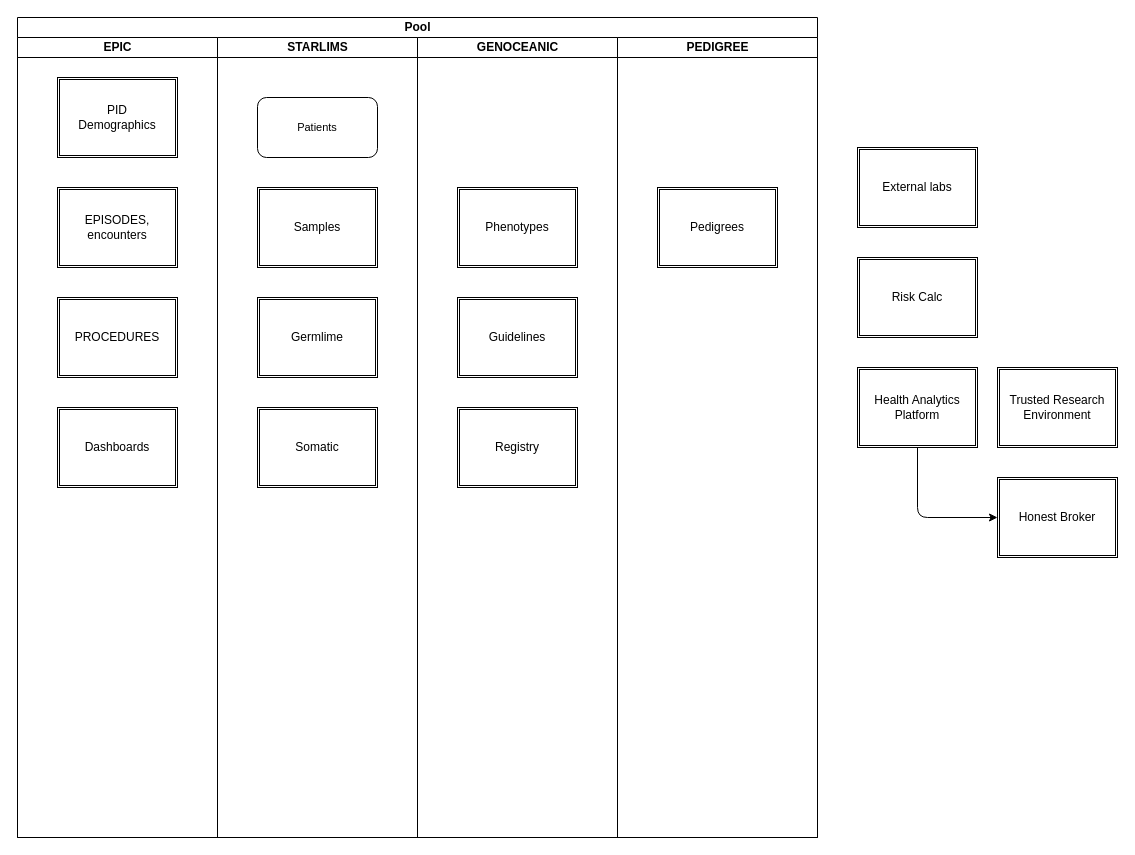
Before: Untitled Diagram.drawio in shanemuk/pedigreemd, a draw.io diagram. Source tidied: cells renumbered, new cells numbered last; positions are measured from the earlier drawing's top-left corner, leaving out a move shared by most shapes. Both pictures are drawn from the tidied source at 100%, with x=0, y=0 at pixel (17, 17).
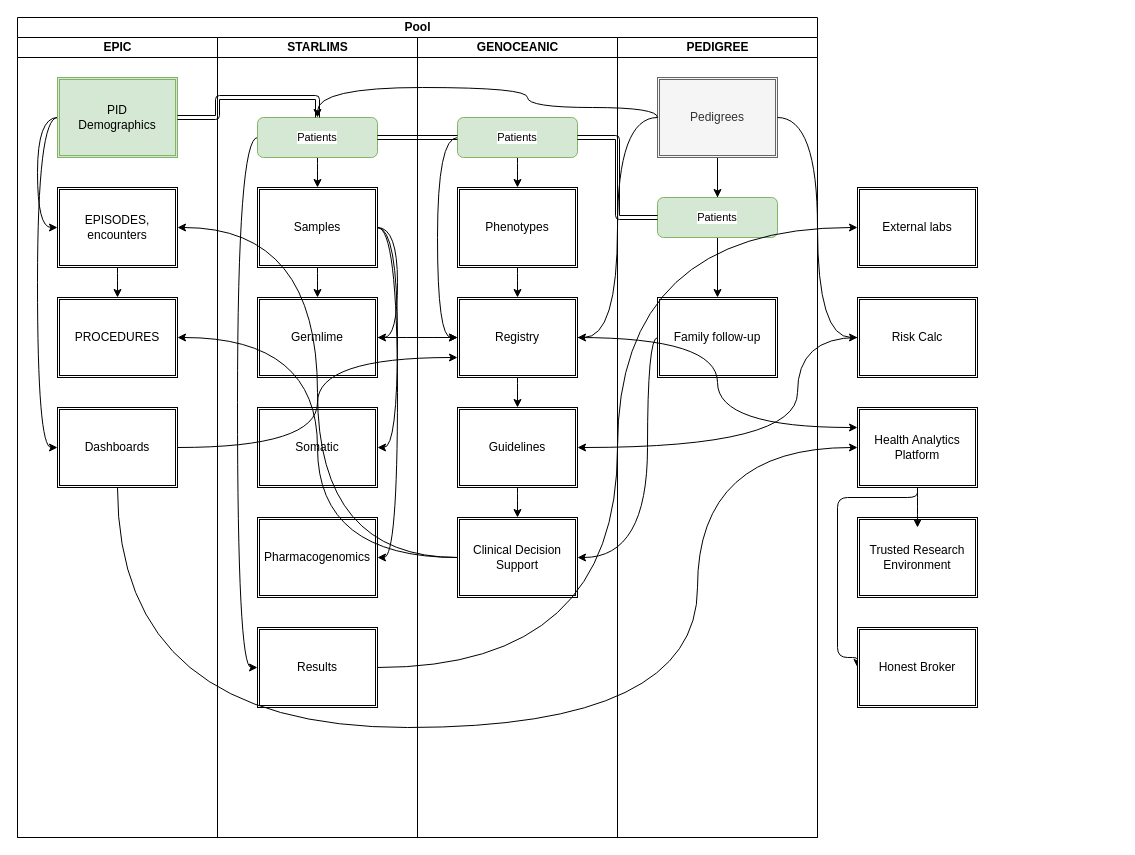
The same diagram, later.

The change refers to these unchanged cells:
```xml
<mxCell id="2" value="Pool" style="swimlane;startSize=20;html=1;" parent="1" vertex="1">
  <mxGeometry width="800" height="820" as="geometry" />
</mxCell>
<mxCell id="3" value="EPIC" style="swimlane;startSize=20;html=1;" parent="2" vertex="1">
  <mxGeometry y="20" width="200" height="800" as="geometry" />
</mxCell>
<mxCell id="5" value="EPISODES, encounters" style="shape=ext;double=1;rounded=0;whiteSpace=wrap;html=1;" parent="3" vertex="1">
  <mxGeometry x="40" y="150" width="120" height="80" as="geometry" />
</mxCell>
<mxCell id="6" value="PROCEDURES" style="shape=ext;double=1;rounded=0;whiteSpace=wrap;html=1;" parent="3" vertex="1">
  <mxGeometry x="40" y="260" width="120" height="80" as="geometry" />
</mxCell>
<mxCell id="7" value="Dashboards" style="shape=ext;double=1;rounded=0;whiteSpace=wrap;html=1;" parent="3" vertex="1">
  <mxGeometry x="40" y="370" width="120" height="80" as="geometry" />
</mxCell>
<mxCell id="8" value="STARLIMS" style="swimlane;startSize=20;html=1;" parent="2" vertex="1">
  <mxGeometry x="200" y="20" width="200" height="800" as="geometry" />
</mxCell>
<mxCell id="9" value="Samples" style="shape=ext;double=1;rounded=0;whiteSpace=wrap;html=1;" parent="8" vertex="1">
  <mxGeometry x="40" y="150" width="120" height="80" as="geometry" />
</mxCell>
<mxCell id="10" value="Germlime" style="shape=ext;double=1;rounded=0;whiteSpace=wrap;html=1;" parent="8" vertex="1">
  <mxGeometry x="40" y="260" width="120" height="80" as="geometry" />
</mxCell>
<mxCell id="11" value="Somatic" style="shape=ext;double=1;rounded=0;whiteSpace=wrap;html=1;" parent="8" vertex="1">
  <mxGeometry x="40" y="370" width="120" height="80" as="geometry" />
</mxCell>
<mxCell id="13" value="GENOCEANIC" style="swimlane;startSize=20;html=1;" parent="2" vertex="1">
  <mxGeometry x="400" y="20" width="200" height="800" as="geometry" />
</mxCell>
<mxCell id="14" value="Phenotypes" style="shape=ext;double=1;rounded=0;whiteSpace=wrap;html=1;" parent="13" vertex="1">
  <mxGeometry x="40" y="150" width="120" height="80" as="geometry" />
</mxCell>
<mxCell id="17" value="PEDIGREE" style="swimlane;startSize=20;html=1;" parent="2" vertex="1">
  <mxGeometry x="600" y="20" width="200" height="800" as="geometry" />
</mxCell>
```

Change to the diagram source:
```diff
@@
+    <mxCell id="25" style="edgeStyle=orthogonalEdgeStyle;shape=connector;curved=1;rounded=1;jettySize=auto;html=1;exitX=0;exitY=0.5;exitDx=0;exitDy=0;entryX=0;entryY=0.5;entryDx=0;entryDy=0;strokeColor=default;align=center;verticalAlign=middle;fontFamily=Helvetica;fontSize=11;fontColor=default;labelBackgroundColor=default;endArrow=classic;" parent="3" edge="1" source="4" target="5">
+      <mxGeometry relative="1" as="geometry" />
+    </mxCell>
+    <mxCell id="26" style="edgeStyle=orthogonalEdgeStyle;shape=connector;curved=1;rounded=1;jettySize=auto;html=1;exitX=0;exitY=0.5;exitDx=0;exitDy=0;entryX=0;entryY=0.5;entryDx=0;entryDy=0;strokeColor=default;align=center;verticalAlign=middle;fontFamily=Helvetica;fontSize=11;fontColor=default;labelBackgroundColor=default;endArrow=classic;" parent="3" edge="1" source="4" target="7">
+      <mxGeometry relative="1" as="geometry" />
+    </mxCell>
-    <mxCell id="4" value="PID&lt;div&gt;Demographics&lt;/div&gt;" style="shape=ext;double=1;rounded=0;whiteSpace=wrap;html=1;" parent="3" vertex="1">
+    <mxCell id="4" value="PID&lt;div&gt;Demographics&lt;/div&gt;" style="shape=ext;double=1;rounded=0;whiteSpace=wrap;html=1;fillColor=#d5e8d4;strokeColor=#82b366;" parent="3" vertex="1">
       <mxGeometry x="40" y="40" width="120" height="80" as="geometry" />
     </mxCell>
+    <mxCell id="27" style="edgeStyle=orthogonalEdgeStyle;shape=connector;curved=1;rounded=1;jettySize=auto;html=1;exitX=0.5;exitY=1;exitDx=0;exitDy=0;entryX=0.5;entryY=0;entryDx=0;entryDy=0;strokeColor=default;align=center;verticalAlign=middle;fontFamily=Helvetica;fontSize=11;fontColor=default;labelBackgroundColor=default;endArrow=classic;" parent="3" edge="1" source="5" target="6">
+      <mxGeometry relative="1" as="geometry" />
+    </mxCell>
@@
+    <mxCell id="28" style="edgeStyle=orthogonalEdgeStyle;shape=connector;curved=1;rounded=1;jettySize=auto;html=1;exitX=0.5;exitY=1;exitDx=0;exitDy=0;entryX=0.5;entryY=0;entryDx=0;entryDy=0;strokeColor=default;align=center;verticalAlign=middle;fontFamily=Helvetica;fontSize=11;fontColor=default;labelBackgroundColor=default;endArrow=classic;" parent="8" edge="1" source="9" target="10">
+      <mxGeometry relative="1" as="geometry" />
+    </mxCell>
+    <mxCell id="29" style="edgeStyle=orthogonalEdgeStyle;shape=connector;curved=1;rounded=1;jettySize=auto;html=1;exitX=1;exitY=0.5;exitDx=0;exitDy=0;entryX=1;entryY=0.5;entryDx=0;entryDy=0;strokeColor=default;align=center;verticalAlign=middle;fontFamily=Helvetica;fontSize=11;fontColor=default;labelBackgroundColor=default;endArrow=classic;" parent="8" edge="1" source="9" target="10">
+      <mxGeometry relative="1" as="geometry" />
+    </mxCell>
+    <mxCell id="30" style="edgeStyle=orthogonalEdgeStyle;shape=connector;curved=1;rounded=1;jettySize=auto;html=1;exitX=1;exitY=0.5;exitDx=0;exitDy=0;entryX=1;entryY=0.5;entryDx=0;entryDy=0;strokeColor=default;align=center;verticalAlign=middle;fontFamily=Helvetica;fontSize=11;fontColor=default;labelBackgroundColor=default;endArrow=classic;" parent="8" edge="1" source="9" target="11">
+      <mxGeometry relative="1" as="geometry" />
+    </mxCell>
+    <mxCell id="31" style="edgeStyle=orthogonalEdgeStyle;shape=connector;curved=1;rounded=1;jettySize=auto;html=1;exitX=1;exitY=0.5;exitDx=0;exitDy=0;entryX=1;entryY=0.5;entryDx=0;entryDy=0;strokeColor=default;align=center;verticalAlign=middle;fontFamily=Helvetica;fontSize=11;fontColor=default;labelBackgroundColor=default;endArrow=classic;" parent="8" edge="1" source="9" target="34">
+      <mxGeometry relative="1" as="geometry" />
+    </mxCell>
@@
+    <mxCell id="32" style="edgeStyle=orthogonalEdgeStyle;shape=connector;curved=1;rounded=1;jettySize=auto;html=1;exitX=0;exitY=0.5;exitDx=0;exitDy=0;entryX=0;entryY=0.5;entryDx=0;entryDy=0;strokeColor=default;align=center;verticalAlign=middle;fontFamily=Helvetica;fontSize=11;fontColor=default;labelBackgroundColor=default;endArrow=classic;" parent="8" edge="1" source="12" target="35">
+      <mxGeometry relative="1" as="geometry" />
+    </mxCell>
+    <mxCell id="33" style="edgeStyle=orthogonalEdgeStyle;shape=connector;curved=1;rounded=1;jettySize=auto;html=1;exitX=0.5;exitY=1;exitDx=0;exitDy=0;entryX=0.5;entryY=0;entryDx=0;entryDy=0;strokeColor=default;align=center;verticalAlign=middle;fontFamily=Helvetica;fontSize=11;fontColor=default;labelBackgroundColor=default;endArrow=classic;" parent="8" edge="1" source="12" target="9">
+      <mxGeometry relative="1" as="geometry" />
+    </mxCell>
-    <mxCell id="12" value="Patients" style="rounded=1;whiteSpace=wrap;html=1;fontFamily=Helvetica;fontSize=11;fontColor=default;labelBackgroundColor=default;" parent="8" vertex="1">
-      <mxGeometry x="40" y="60" width="120" height="60" as="geometry" />
+    <mxCell id="12" value="Patients" style="rounded=1;whiteSpace=wrap;html=1;fontFamily=Helvetica;fontSize=11;labelBackgroundColor=default;fillColor=#d5e8d4;strokeColor=#82b366;" parent="8" vertex="1">
+      <mxGeometry x="40" y="80" width="120" height="40" as="geometry" />
     </mxCell>
+    <mxCell id="34" value="Pharmacogenomics" style="shape=ext;double=1;rounded=0;whiteSpace=wrap;html=1;" parent="8" vertex="1">
+      <mxGeometry x="40" y="480" width="120" height="80" as="geometry" />
+    </mxCell>
+    <mxCell id="35" value="Results" style="shape=ext;double=1;rounded=0;whiteSpace=wrap;html=1;" parent="8" vertex="1">
+      <mxGeometry x="40" y="590" width="120" height="80" as="geometry" />
+    </mxCell>
@@
+    <mxCell id="36" style="edgeStyle=orthogonalEdgeStyle;shape=connector;curved=1;rounded=1;jettySize=auto;html=1;exitX=0.5;exitY=1;exitDx=0;exitDy=0;entryX=0.5;entryY=0;entryDx=0;entryDy=0;strokeColor=default;align=center;verticalAlign=middle;fontFamily=Helvetica;fontSize=11;fontColor=default;labelBackgroundColor=default;endArrow=classic;" parent="13" edge="1" source="14" target="16">
+      <mxGeometry relative="1" as="geometry" />
+    </mxCell>
@@
+    <mxCell id="37" style="edgeStyle=orthogonalEdgeStyle;shape=connector;curved=1;rounded=1;jettySize=auto;html=1;exitX=0.5;exitY=1;exitDx=0;exitDy=0;entryX=0.5;entryY=0;entryDx=0;entryDy=0;strokeColor=default;align=center;verticalAlign=middle;fontFamily=Helvetica;fontSize=11;fontColor=default;labelBackgroundColor=default;endArrow=classic;" parent="13" edge="1" source="15" target="39">
+      <mxGeometry relative="1" as="geometry" />
+    </mxCell>
     <mxCell id="15" value="Guidelines" style="shape=ext;double=1;rounded=0;whiteSpace=wrap;html=1;" parent="13" vertex="1">
-      <mxGeometry x="40" y="260" width="120" height="80" as="geometry" />
+      <mxGeometry x="40" y="370" width="120" height="80" as="geometry" />
     </mxCell>
+    <mxCell id="38" style="edgeStyle=orthogonalEdgeStyle;shape=connector;curved=1;rounded=1;jettySize=auto;html=1;exitX=0.5;exitY=1;exitDx=0;exitDy=0;entryX=0.5;entryY=0;entryDx=0;entryDy=0;strokeColor=default;align=center;verticalAlign=middle;fontFamily=Helvetica;fontSize=11;fontColor=default;labelBackgroundColor=default;endArrow=classic;" parent="13" edge="1" source="16" target="15">
+      <mxGeometry relative="1" as="geometry" />
+    </mxCell>
     <mxCell id="16" value="Registry" style="shape=ext;double=1;rounded=0;whiteSpace=wrap;html=1;" parent="13" vertex="1">
-      <mxGeometry x="40" y="370" width="120" height="80" as="geometry" />
+      <mxGeometry x="40" y="260" width="120" height="80" as="geometry" />
     </mxCell>
+    <mxCell id="39" value="Clinical Decision Support" style="shape=ext;double=1;rounded=0;whiteSpace=wrap;html=1;" parent="13" vertex="1">
+      <mxGeometry x="40" y="480" width="120" height="80" as="geometry" />
+    </mxCell>
+    <mxCell id="40" style="edgeStyle=orthogonalEdgeStyle;shape=connector;curved=1;rounded=1;jettySize=auto;html=1;exitX=0.5;exitY=1;exitDx=0;exitDy=0;entryX=0.5;entryY=0;entryDx=0;entryDy=0;strokeColor=default;align=center;verticalAlign=middle;fontFamily=Helvetica;fontSize=11;fontColor=default;labelBackgroundColor=default;endArrow=classic;" parent="13" edge="1" source="42" target="14">
+      <mxGeometry relative="1" as="geometry" />
+    </mxCell>
+    <mxCell id="41" style="edgeStyle=orthogonalEdgeStyle;shape=connector;curved=1;rounded=1;jettySize=auto;html=1;exitX=0;exitY=0.5;exitDx=0;exitDy=0;entryX=0;entryY=0.5;entryDx=0;entryDy=0;strokeColor=default;align=center;verticalAlign=middle;fontFamily=Helvetica;fontSize=11;fontColor=default;labelBackgroundColor=default;endArrow=classic;" parent="13" edge="1" source="42" target="16">
+      <mxGeometry relative="1" as="geometry" />
+    </mxCell>
+    <mxCell id="42" value="Patients" style="rounded=1;whiteSpace=wrap;html=1;fontFamily=Helvetica;fontSize=11;labelBackgroundColor=default;fillColor=#d5e8d4;strokeColor=#82b366;" parent="13" vertex="1">
+      <mxGeometry x="40" y="80" width="120" height="40" as="geometry" />
+    </mxCell>
@@
+    <mxCell id="43" style="edgeStyle=orthogonalEdgeStyle;shape=connector;curved=0;rounded=1;jettySize=auto;html=1;exitX=0.5;exitY=1;exitDx=0;exitDy=0;entryX=0.5;entryY=0;entryDx=0;entryDy=0;strokeColor=default;align=center;verticalAlign=middle;fontFamily=Helvetica;fontSize=11;fontColor=default;labelBackgroundColor=default;endArrow=classic;" parent="17" edge="1" source="18" target="45">
+      <mxGeometry relative="1" as="geometry" />
+    </mxCell>
+    <mxCell id="44" style="edgeStyle=orthogonalEdgeStyle;shape=connector;curved=1;rounded=1;jettySize=auto;html=1;exitX=0.5;exitY=1;exitDx=0;exitDy=0;entryX=0.5;entryY=0;entryDx=0;entryDy=0;strokeColor=default;align=center;verticalAlign=middle;fontFamily=Helvetica;fontSize=11;fontColor=default;labelBackgroundColor=default;endArrow=classic;" parent="17" edge="1" source="18" target="46">
+      <mxGeometry relative="1" as="geometry" />
+    </mxCell>
-    <mxCell id="18" value="Pedigrees" style="shape=ext;double=1;rounded=0;whiteSpace=wrap;html=1;" parent="17" vertex="1">
-      <mxGeometry x="40" y="150" width="120" height="80" as="geometry" />
+    <mxCell id="18" value="Pedigrees" style="shape=ext;double=1;rounded=0;whiteSpace=wrap;html=1;fillColor=#f5f5f5;fontColor=#333333;strokeColor=#666666;" parent="17" vertex="1">
+      <mxGeometry x="40" y="40" width="120" height="80" as="geometry" />
     </mxCell>
+    <mxCell id="45" value="Family follow-up" style="shape=ext;double=1;rounded=0;whiteSpace=wrap;html=1;" parent="17" vertex="1">
+      <mxGeometry x="40" y="260" width="120" height="80" as="geometry" />
+    </mxCell>
+    <mxCell id="46" value="Patients" style="rounded=1;whiteSpace=wrap;html=1;fontFamily=Helvetica;fontSize=11;labelBackgroundColor=default;fillColor=#d5e8d4;strokeColor=#82b366;" parent="17" vertex="1">
+      <mxGeometry x="40" y="160" width="120" height="40" as="geometry" />
+    </mxCell>
+    <mxCell id="47" style="edgeStyle=orthogonalEdgeStyle;shape=connector;curved=1;rounded=1;jettySize=auto;html=1;exitX=0;exitY=0.5;exitDx=0;exitDy=0;entryX=1;entryY=0.5;entryDx=0;entryDy=0;strokeColor=default;align=center;verticalAlign=middle;fontFamily=Helvetica;fontSize=11;fontColor=default;labelBackgroundColor=default;endArrow=classic;" parent="2" edge="1" source="39" target="5">
+      <mxGeometry relative="1" as="geometry" />
+    </mxCell>
+    <mxCell id="48" style="edgeStyle=orthogonalEdgeStyle;shape=connector;curved=1;rounded=1;jettySize=auto;html=1;exitX=0;exitY=0.5;exitDx=0;exitDy=0;entryX=1;entryY=0.5;entryDx=0;entryDy=0;strokeColor=default;align=center;verticalAlign=middle;fontFamily=Helvetica;fontSize=11;fontColor=default;labelBackgroundColor=default;endArrow=classic;" parent="2" edge="1" source="39" target="6">
+      <mxGeometry relative="1" as="geometry" />
+    </mxCell>
+    <mxCell id="49" style="edgeStyle=orthogonalEdgeStyle;shape=connector;curved=1;rounded=1;jettySize=auto;html=1;exitX=0;exitY=0.5;exitDx=0;exitDy=0;entryX=1;entryY=0.5;entryDx=0;entryDy=0;strokeColor=default;align=center;verticalAlign=middle;fontFamily=Helvetica;fontSize=11;fontColor=default;labelBackgroundColor=default;endArrow=classic;" parent="2" edge="1" source="18" target="16">
+      <mxGeometry relative="1" as="geometry" />
+    </mxCell>
+    <mxCell id="50" style="edgeStyle=orthogonalEdgeStyle;shape=connector;curved=1;rounded=1;jettySize=auto;html=1;exitX=1;exitY=0.5;exitDx=0;exitDy=0;strokeColor=default;align=center;verticalAlign=middle;fontFamily=Helvetica;fontSize=11;fontColor=default;labelBackgroundColor=default;endArrow=classic;" parent="2" edge="1" source="10" target="16">
+      <mxGeometry relative="1" as="geometry" />
+    </mxCell>
+    <mxCell id="51" style="edgeStyle=orthogonalEdgeStyle;shape=connector;curved=1;rounded=1;jettySize=auto;html=1;exitX=1;exitY=0.5;exitDx=0;exitDy=0;entryX=0;entryY=0.75;entryDx=0;entryDy=0;strokeColor=default;align=center;verticalAlign=middle;fontFamily=Helvetica;fontSize=11;fontColor=default;labelBackgroundColor=default;endArrow=classic;" parent="2" edge="1" source="7" target="16">
+      <mxGeometry relative="1" as="geometry" />
+    </mxCell>
+    <mxCell id="52" style="edgeStyle=orthogonalEdgeStyle;shape=link;curved=1;rounded=1;jettySize=auto;html=1;exitX=1;exitY=0.5;exitDx=0;exitDy=0;entryX=0.5;entryY=0;entryDx=0;entryDy=0;strokeColor=default;align=center;verticalAlign=middle;fontFamily=Helvetica;fontSize=11;fontColor=default;labelBackgroundColor=default;endArrow=classic;" parent="2" edge="1" source="4" target="12">
+      <mxGeometry relative="1" as="geometry" />
+    </mxCell>
+    <mxCell id="53" style="edgeStyle=orthogonalEdgeStyle;shape=link;curved=1;rounded=1;jettySize=auto;html=1;exitX=0;exitY=0.5;exitDx=0;exitDy=0;entryX=1;entryY=0.5;entryDx=0;entryDy=0;strokeColor=default;align=center;verticalAlign=middle;fontFamily=Helvetica;fontSize=11;fontColor=default;labelBackgroundColor=default;endArrow=classic;" parent="2" edge="1" source="46" target="42">
+      <mxGeometry relative="1" as="geometry" />
+    </mxCell>
+    <mxCell id="54" style="edgeStyle=orthogonalEdgeStyle;shape=link;curved=1;rounded=1;jettySize=auto;html=1;exitX=0;exitY=0.5;exitDx=0;exitDy=0;entryX=1;entryY=0.5;entryDx=0;entryDy=0;strokeColor=default;align=center;verticalAlign=middle;fontFamily=Helvetica;fontSize=11;fontColor=default;labelBackgroundColor=default;endArrow=classic;" parent="2" edge="1" source="42" target="12">
+      <mxGeometry relative="1" as="geometry" />
+    </mxCell>
+    <mxCell id="55" style="edgeStyle=orthogonalEdgeStyle;shape=connector;curved=1;rounded=1;jettySize=auto;html=1;exitX=0;exitY=0.5;exitDx=0;exitDy=0;entryX=1;entryY=0.5;entryDx=0;entryDy=0;strokeColor=default;align=center;verticalAlign=middle;fontFamily=Helvetica;fontSize=11;fontColor=default;labelBackgroundColor=default;endArrow=classic;" parent="2" edge="1" source="45" target="39">
+      <mxGeometry relative="1" as="geometry">
+        <Array as="points">
+          <mxPoint x="630" y="320" />
+          <mxPoint x="630" y="540" />
+        </Array>
+      </mxGeometry>
+    </mxCell>
+    <mxCell id="56" style="edgeStyle=orthogonalEdgeStyle;shape=connector;curved=1;rounded=1;jettySize=auto;html=1;exitX=0;exitY=0.5;exitDx=0;exitDy=0;entryX=0.5;entryY=0;entryDx=0;entryDy=0;strokeColor=default;align=center;verticalAlign=middle;fontFamily=Helvetica;fontSize=11;fontColor=default;labelBackgroundColor=default;endArrow=classic;" parent="2" edge="1" source="18" target="12">
+      <mxGeometry relative="1" as="geometry">
+        <Array as="points">
+          <mxPoint x="640" y="90" />
+          <mxPoint x="510" y="90" />
+          <mxPoint x="510" y="70" />
+          <mxPoint x="300" y="70" />
+        </Array>
+      </mxGeometry>
+    </mxCell>
+    <mxCell id="57" style="edgeStyle=orthogonalEdgeStyle;shape=connector;curved=1;rounded=1;jettySize=auto;html=1;exitX=0;exitY=0.5;exitDx=0;exitDy=0;entryX=1;entryY=0.5;entryDx=0;entryDy=0;strokeColor=default;align=center;verticalAlign=middle;fontFamily=Helvetica;fontSize=11;fontColor=default;labelBackgroundColor=default;endArrow=classic;" parent="1" edge="1" source="19" target="15">
+      <mxGeometry relative="1" as="geometry">
+        <Array as="points">
+          <mxPoint x="780" y="320" />
+          <mxPoint x="780" y="430" />
+        </Array>
+      </mxGeometry>
+    </mxCell>
     <mxCell id="19" value="Risk Calc" style="shape=ext;double=1;rounded=0;whiteSpace=wrap;html=1;" parent="1" vertex="1">
-      <mxGeometry x="840" y="240" width="120" height="80" as="geometry" />
+      <mxGeometry x="840" y="280" width="120" height="80" as="geometry" />
     </mxCell>
     <mxCell id="20" value="External labs" style="shape=ext;double=1;rounded=0;whiteSpace=wrap;html=1;" parent="1" vertex="1">
-      <mxGeometry x="840" y="130" width="120" height="80" as="geometry" />
+      <mxGeometry x="840" y="170" width="120" height="80" as="geometry" />
     </mxCell>
     <mxCell id="21" value="Health Analytics Platform" style="shape=ext;double=1;rounded=0;whiteSpace=wrap;html=1;" parent="1" vertex="1">
-      <mxGeometry x="840" y="350" width="120" height="80" as="geometry" />
+      <mxGeometry x="840" y="390" width="120" height="80" as="geometry" />
     </mxCell>
     <mxCell id="22" value="Trusted Research Environment" style="shape=ext;double=1;rounded=0;whiteSpace=wrap;html=1;" parent="1" vertex="1">
-      <mxGeometry x="980" y="350" width="120" height="80" as="geometry" />
+      <mxGeometry x="840" y="500" width="120" height="80" as="geometry" />
     </mxCell>
     <mxCell id="23" style="edgeStyle=orthogonalEdgeStyle;rounded=1;jettySize=auto;html=1;entryX=0;entryY=0.5;entryDx=0;entryDy=0;exitX=0.5;exitY=1;exitDx=0;exitDy=0;curved=0;" parent="1" edge="1" source="21" target="24">
-      <mxGeometry relative="1" as="geometry" />
+      <mxGeometry relative="1" as="geometry">
+        <Array as="points">
+          <mxPoint x="900" y="480" />
+          <mxPoint x="820" y="480" />
+          <mxPoint x="820" y="640" />
+        </Array>
+      </mxGeometry>
     </mxCell>
     <mxCell id="24" value="Honest Broker" style="shape=ext;double=1;rounded=0;whiteSpace=wrap;html=1;" parent="1" vertex="1">
-      <mxGeometry x="980" y="460" width="120" height="80" as="geometry" />
+      <mxGeometry x="840" y="610" width="120" height="80" as="geometry" />
     </mxCell>
+    <mxCell id="58" style="edgeStyle=orthogonalEdgeStyle;shape=connector;curved=0;rounded=1;jettySize=auto;html=1;exitX=0.5;exitY=1;exitDx=0;exitDy=0;strokeColor=default;align=center;verticalAlign=middle;fontFamily=Helvetica;fontSize=11;fontColor=default;labelBackgroundColor=default;endArrow=classic;" parent="1" edge="1" source="21">
+      <mxGeometry relative="1" as="geometry">
+        <mxPoint x="900" y="510" as="targetPoint" />
+      </mxGeometry>
+    </mxCell>
+    <mxCell id="59" style="edgeStyle=orthogonalEdgeStyle;shape=connector;curved=1;rounded=1;jettySize=auto;html=1;exitX=1;exitY=0.5;exitDx=0;exitDy=0;entryX=0;entryY=0.5;entryDx=0;entryDy=0;strokeColor=default;align=center;verticalAlign=middle;fontFamily=Helvetica;fontSize=11;fontColor=default;labelBackgroundColor=default;endArrow=classic;" parent="1" edge="1" source="18" target="19">
+      <mxGeometry relative="1" as="geometry" />
+    </mxCell>
+    <mxCell id="60" style="edgeStyle=orthogonalEdgeStyle;shape=connector;curved=1;rounded=1;jettySize=auto;html=1;exitX=1;exitY=0.5;exitDx=0;exitDy=0;entryX=0;entryY=0.5;entryDx=0;entryDy=0;strokeColor=default;align=center;verticalAlign=middle;fontFamily=Helvetica;fontSize=11;fontColor=default;labelBackgroundColor=default;endArrow=classic;" parent="1" edge="1" source="35" target="20">
+      <mxGeometry relative="1" as="geometry" />
+    </mxCell>
+    <mxCell id="61" style="edgeStyle=orthogonalEdgeStyle;shape=connector;curved=1;rounded=1;jettySize=auto;html=1;exitX=0.5;exitY=1;exitDx=0;exitDy=0;entryX=0;entryY=0.5;entryDx=0;entryDy=0;strokeColor=default;align=center;verticalAlign=middle;fontFamily=Helvetica;fontSize=11;fontColor=default;labelBackgroundColor=default;endArrow=classic;" parent="1" edge="1" source="7" target="21">
+      <mxGeometry relative="1" as="geometry">
+        <Array as="points">
+          <mxPoint x="100" y="710" />
+          <mxPoint x="680" y="710" />
+          <mxPoint x="680" y="430" />
+        </Array>
+      </mxGeometry>
+    </mxCell>
+    <mxCell id="62" style="edgeStyle=orthogonalEdgeStyle;shape=connector;curved=1;rounded=1;jettySize=auto;html=1;exitX=1;exitY=0.5;exitDx=0;exitDy=0;entryX=0;entryY=0.25;entryDx=0;entryDy=0;strokeColor=default;align=center;verticalAlign=middle;fontFamily=Helvetica;fontSize=11;fontColor=default;labelBackgroundColor=default;endArrow=classic;" parent="1" edge="1" source="16" target="21">
+      <mxGeometry relative="1" as="geometry" />
+    </mxCell>
```
